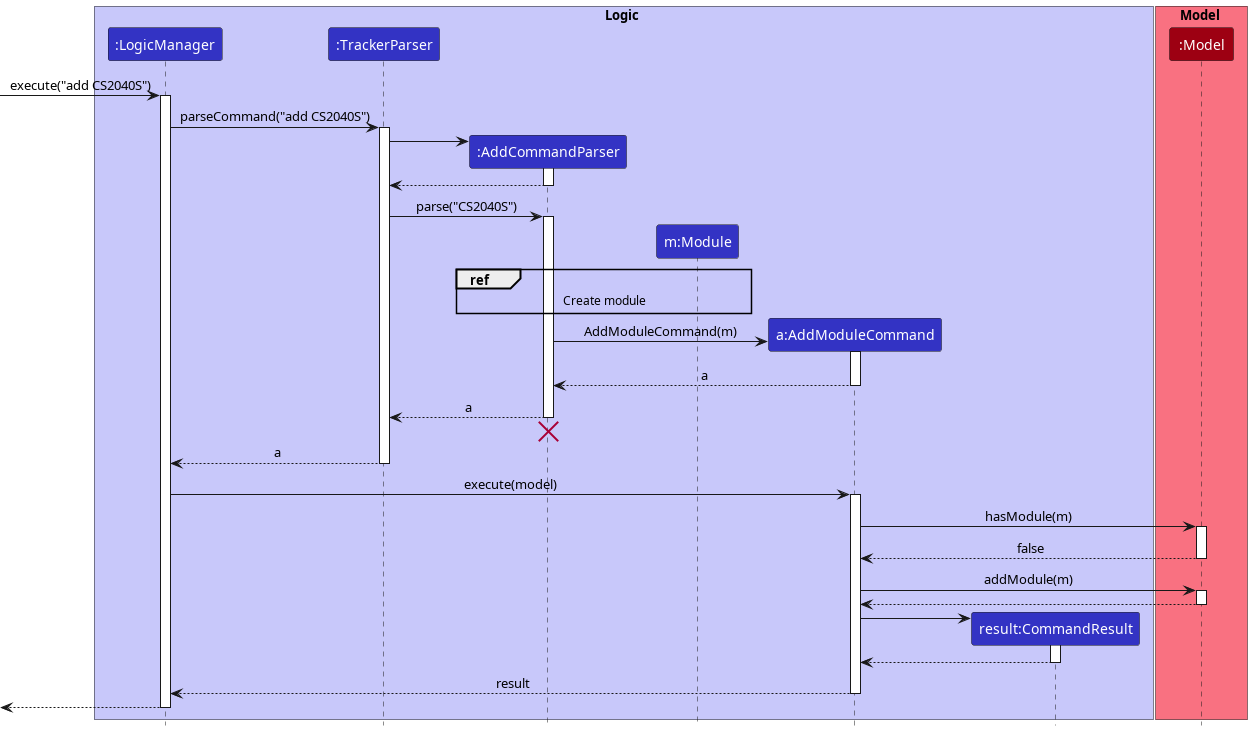
The PlantUML diagram docs/images/AddSequenceDiagram.png in nus-cs2103-AY2223S2/tp, before a commit.
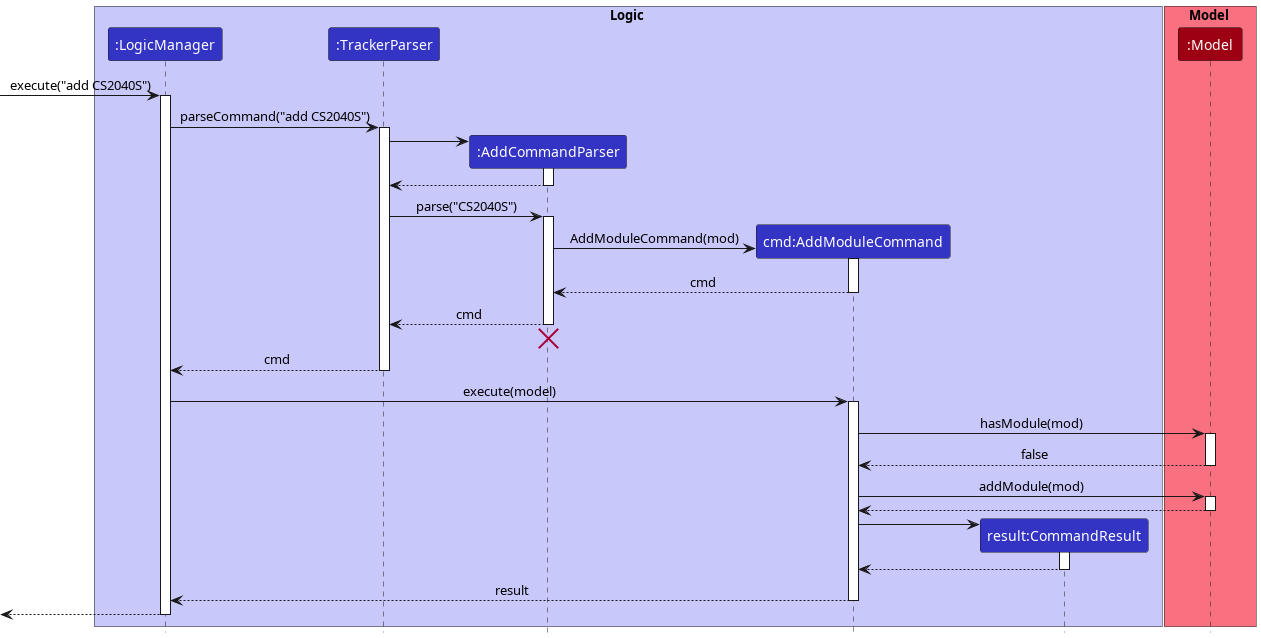
The same diagram one commit later.

Change to the diagram source:
```diff
@@ -74,8 +74,7 @@
 participant ":LogicManager" as LogicManager LOGIC_COLOR
 participant ":TrackerParser" as TrackerParser LOGIC_COLOR
 participant ":AddCommandParser" as AddCommandParser LOGIC_COLOR
-participant "m:Module" as Module LOGIC_COLOR
-participant "a:AddModuleCommand" as AddModuleCommand LOGIC_COLOR
+participant "cmd:AddModuleCommand" as AddModuleCommand LOGIC_COLOR
 participant "result:CommandResult" as CommandResult LOGIC_COLOR
 end box
 
@@ -99,38 +98,32 @@
 TrackerParser -> AddCommandParser : parse("CS2040S")
 activate AddCommandParser
 
-create Module
-AddCommandParser -[hidden]-> Module
-ref over AddCommandParser, Module
-    Create module
-end ref
-
 create AddModuleCommand
-AddCommandParser -> AddModuleCommand : AddModuleCommand(m)
+AddCommandParser -> AddModuleCommand : AddModuleCommand(mod)
 activate AddModuleCommand
 
-AddModuleCommand --> AddCommandParser : a
+AddModuleCommand --> AddCommandParser : cmd
 deactivate AddModuleCommand
 
-AddCommandParser --> TrackerParser : a
+AddCommandParser --> TrackerParser : cmd
 deactivate AddCommandParser
 
 AddCommandParser -[hidden]-> TrackerParser
 destroy AddCommandParser
 
-TrackerParser --> LogicManager : a
+TrackerParser --> LogicManager : cmd
 deactivate TrackerParser
 
 LogicManager -> AddModuleCommand : execute(model)
 activate AddModuleCommand
 
-AddModuleCommand -> Model : hasModule(m)
+AddModuleCommand -> Model : hasModule(mod)
 activate Model
 
 Model --> AddModuleCommand : false
 deactivate Model
 
-AddModuleCommand -> Model : addModule(m)
+AddModuleCommand -> Model : addModule(mod)
 activate Model
 
 Model --> AddModuleCommand
```
